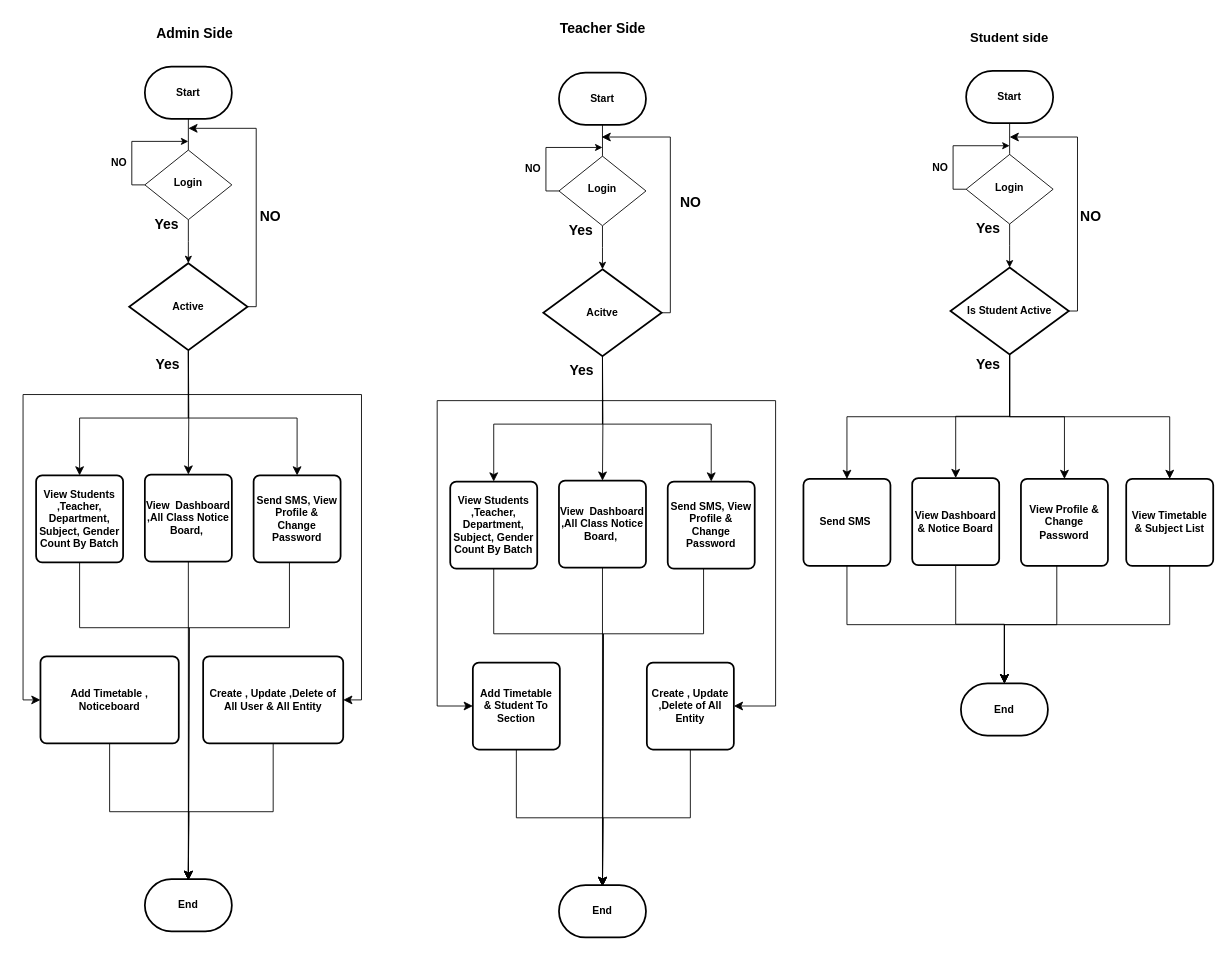
The draw.io diagram Untitled Diagram.drawio in KhunMaungNgwee/InternShipProject, before the edit. Source tidied: cells renumbered, new cells numbered last; positions are measured from the earlier drawing's top-left corner, leaving out a move shared by most shapes. Both pictures are drawn from the tidied source at 87%, with x=0, y=0 at pixel (23, 15).
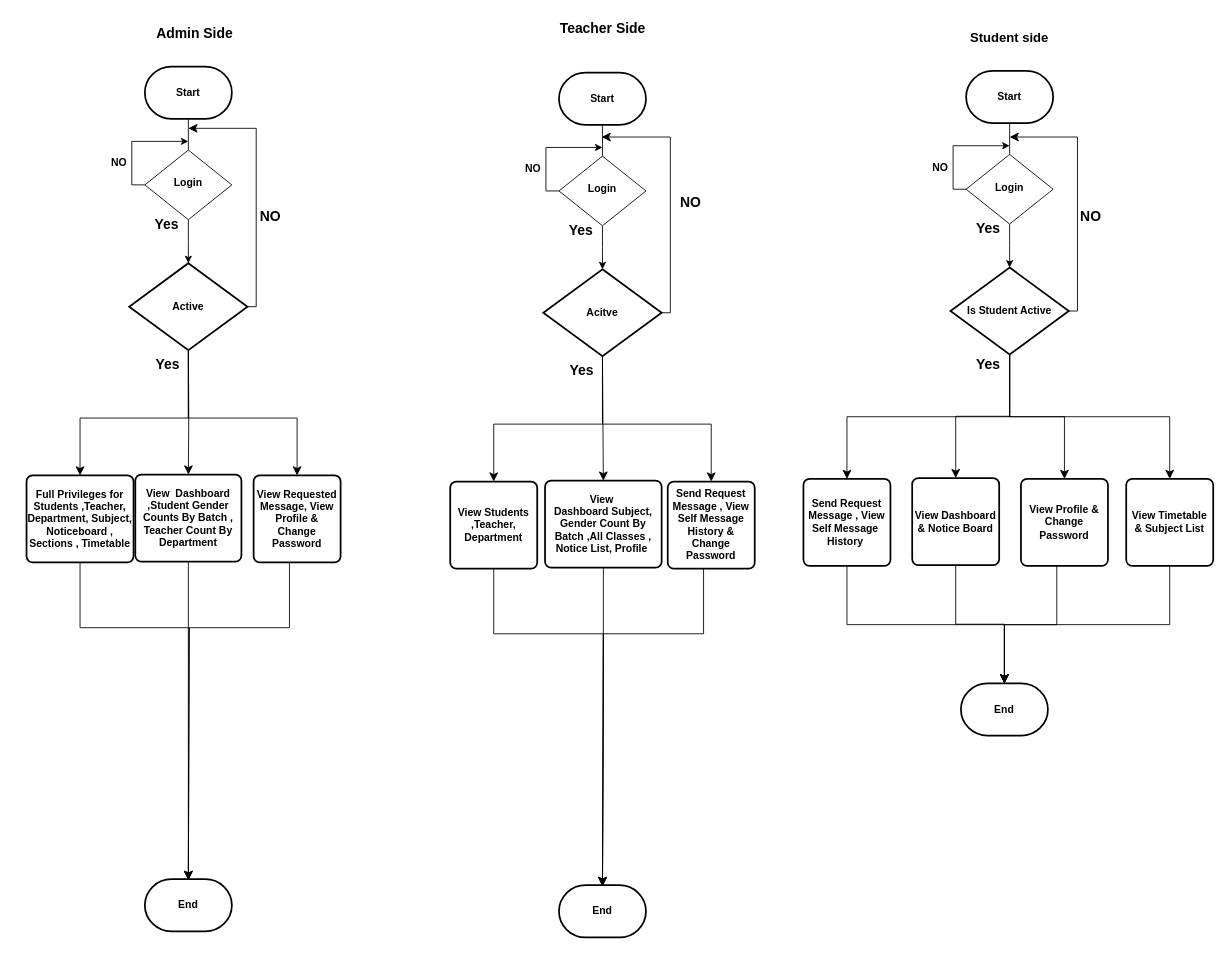
The same diagram, later.

Diff of the diagram source:
```diff
@@
-    <mxCell id="14" value="&lt;b&gt;Send SMS&amp;nbsp;&lt;/b&gt;" style="rounded=1;whiteSpace=wrap;html=1;absoluteArcSize=1;arcSize=14;strokeWidth=2;" parent="1" vertex="1">
+    <mxCell id="14" value="&lt;b&gt;Send Request Message , View Self Message&amp;nbsp; History&amp;nbsp;&lt;/b&gt;" style="rounded=1;whiteSpace=wrap;html=1;absoluteArcSize=1;arcSize=14;strokeWidth=2;" parent="1" vertex="1">
       <mxGeometry x="897" y="533" width="100" height="100" as="geometry" />
     </mxCell>
@@
-    <mxCell id="26" value="&lt;b&gt;View&amp;nbsp; Dashboard ,All Class Notice Board,&amp;nbsp;&lt;/b&gt;" style="rounded=1;whiteSpace=wrap;html=1;absoluteArcSize=1;arcSize=14;strokeWidth=2;" parent="1" vertex="1">
-      <mxGeometry x="616" y="535" width="100" height="100" as="geometry" />
+    <mxCell id="26" value="&lt;b&gt;View&amp;nbsp; Dashboard&amp;nbsp;&lt;/b&gt;&lt;b&gt;Subject, Gender Count By Batch&amp;nbsp;&lt;/b&gt;&lt;b&gt;,All Classes , Notice List, Profile&amp;nbsp;&lt;/b&gt;" style="rounded=1;whiteSpace=wrap;html=1;absoluteArcSize=1;arcSize=14;strokeWidth=2;" parent="1" vertex="1">
+      <mxGeometry x="600" y="535" width="134" height="100" as="geometry" />
     </mxCell>
@@
-    <mxCell id="37" value="&lt;b&gt;View Students ,Teacher, Department, Subject, Gender Count By Batch&lt;/b&gt;" style="rounded=1;whiteSpace=wrap;html=1;absoluteArcSize=1;arcSize=14;strokeWidth=2;" parent="1" vertex="1">
+    <mxCell id="37" value="&lt;b&gt;View Students ,Teacher, Department&lt;/b&gt;" style="rounded=1;whiteSpace=wrap;html=1;absoluteArcSize=1;arcSize=14;strokeWidth=2;" parent="1" vertex="1">
       <mxGeometry x="491" y="536" width="100" height="100" as="geometry" />
     </mxCell>
-    <mxCell id="38" value="&lt;div&gt;&lt;b&gt;Send SMS, View Profile &amp;amp;&lt;/b&gt;&lt;/div&gt;&lt;b&gt;Change Password&lt;/b&gt;" style="rounded=1;whiteSpace=wrap;html=1;absoluteArcSize=1;arcSize=14;strokeWidth=2;" parent="1" vertex="1">
+    <mxCell id="38" value="&lt;div&gt;&lt;b&gt;Send Request Message , View Self Message History &amp;amp;&lt;/b&gt;&lt;/div&gt;&lt;b&gt;Change Password&lt;/b&gt;" style="rounded=1;whiteSpace=wrap;html=1;absoluteArcSize=1;arcSize=14;strokeWidth=2;" parent="1" vertex="1">
       <mxGeometry x="741" y="536" width="100" height="100" as="geometry" />
     </mxCell>
-    <mxCell id="39" value="&lt;b&gt;Add Timetable&lt;/b&gt;&lt;div&gt;&lt;b&gt;&amp;amp; Student To Section&lt;/b&gt;&lt;/div&gt;" style="rounded=1;whiteSpace=wrap;html=1;absoluteArcSize=1;arcSize=14;strokeWidth=2;" parent="1" vertex="1">
-      <mxGeometry x="517" y="744" width="100" height="100" as="geometry" />
-    </mxCell>
-    <mxCell id="40" style="endArrow=classic;html=1;rounded=0;fontSize=12;startSize=8;endSize=8;entryX=0;entryY=0.5;entryDx=0;entryDy=0;exitX=0.5;exitY=1;exitDx=0;exitDy=0;exitPerimeter=0;edgeStyle=elbowEdgeStyle;" parent="1" edge="1" target="39">
-      <mxGeometry relative="1" as="geometry">
-        <mxPoint x="667" y="443" as="sourcePoint" />
-        <Array as="points">
-          <mxPoint x="476" y="651" />
-        </Array>
-      </mxGeometry>
-    </mxCell>
@@
-    <mxCell id="45" style="endArrow=classic;html=1;rounded=0;fontSize=12;startSize=8;endSize=8;entryX=0.5;entryY=0;entryDx=0;entryDy=0;entryPerimeter=0;exitX=0.5;exitY=1;exitDx=0;exitDy=0;edgeStyle=orthogonalEdgeStyle;" parent="1" edge="1" source="39">
-      <mxGeometry relative="1" as="geometry">
-        <mxPoint x="666" y="1001" as="targetPoint" />
-      </mxGeometry>
-    </mxCell>
@@
-    <mxCell id="48" value="&lt;b&gt;Create , Update ,Delete of All Entity&lt;/b&gt;" style="rounded=1;whiteSpace=wrap;html=1;absoluteArcSize=1;arcSize=14;strokeWidth=2;" parent="1" vertex="1">
-      <mxGeometry x="717" y="744" width="100" height="100" as="geometry" />
-    </mxCell>
-    <mxCell id="49" style="endArrow=classic;html=1;rounded=0;fontSize=12;startSize=8;endSize=8;entryX=0.5;entryY=0;entryDx=0;entryDy=0;entryPerimeter=0;exitX=0.5;exitY=1;exitDx=0;exitDy=0;edgeStyle=orthogonalEdgeStyle;" parent="1" edge="1" source="48">
-      <mxGeometry relative="1" as="geometry">
-        <mxPoint x="666" y="1001" as="targetPoint" />
-      </mxGeometry>
-    </mxCell>
-    <mxCell id="50" style="endArrow=classic;html=1;rounded=0;fontSize=12;startSize=8;endSize=8;entryX=1;entryY=0.5;entryDx=0;entryDy=0;exitX=0.5;exitY=1;exitDx=0;exitDy=0;exitPerimeter=0;edgeStyle=elbowEdgeStyle;" parent="1" edge="1" target="48">
-      <mxGeometry relative="1" as="geometry">
-        <mxPoint x="666" y="443" as="sourcePoint" />
-        <Array as="points">
-          <mxPoint x="865" y="671" />
-        </Array>
-      </mxGeometry>
-    </mxCell>
@@
-    <mxCell id="52" value="&lt;b&gt;View&amp;nbsp; Dashboard ,All Class Notice Board,&amp;nbsp;&lt;/b&gt;" style="rounded=1;whiteSpace=wrap;html=1;absoluteArcSize=1;arcSize=14;strokeWidth=2;" parent="1" vertex="1">
-      <mxGeometry x="140" y="528" width="100" height="100" as="geometry" />
+    <mxCell id="52" value="&lt;b&gt;View&amp;nbsp; Dashboard ,Student Gender Counts By Batch , Teacher Count By Department&lt;/b&gt;" style="rounded=1;whiteSpace=wrap;html=1;absoluteArcSize=1;arcSize=14;strokeWidth=2;" parent="1" vertex="1">
+      <mxGeometry x="129" y="528" width="122" height="100" as="geometry" />
     </mxCell>
@@
-    <mxCell id="63" value="&lt;b&gt;View Students ,Teacher, Department, Subject, Gender Count By Batch&lt;/b&gt;" style="rounded=1;whiteSpace=wrap;html=1;absoluteArcSize=1;arcSize=14;strokeWidth=2;" parent="1" vertex="1">
-      <mxGeometry x="15" y="529" width="100" height="100" as="geometry" />
+    <mxCell id="63" value="&lt;b&gt;Full Privileges for Students ,Teacher, Department, Subject, Noticeboard , Sections , Timetable&lt;/b&gt;" style="rounded=1;whiteSpace=wrap;html=1;absoluteArcSize=1;arcSize=14;strokeWidth=2;" parent="1" vertex="1">
+      <mxGeometry x="4" y="529" width="123" height="100" as="geometry" />
     </mxCell>
-    <mxCell id="64" value="&lt;div&gt;&lt;b&gt;Send SMS, View Profile &amp;amp;&lt;/b&gt;&lt;/div&gt;&lt;b&gt;Change Password&lt;/b&gt;" style="rounded=1;whiteSpace=wrap;html=1;absoluteArcSize=1;arcSize=14;strokeWidth=2;" parent="1" vertex="1">
+    <mxCell id="64" value="&lt;div&gt;&lt;b&gt;View Requested Message, View Profile &amp;amp;&lt;/b&gt;&lt;/div&gt;&lt;b&gt;Change Password&lt;/b&gt;" style="rounded=1;whiteSpace=wrap;html=1;absoluteArcSize=1;arcSize=14;strokeWidth=2;" parent="1" vertex="1">
       <mxGeometry x="265" y="529" width="100" height="100" as="geometry" />
     </mxCell>
-    <mxCell id="65" value="&lt;b&gt;Add Timetable&lt;/b&gt;&lt;b style=&quot;background-color: initial;&quot;&gt;&amp;nbsp;, Noticeboard&lt;/b&gt;" style="rounded=1;whiteSpace=wrap;html=1;absoluteArcSize=1;arcSize=14;strokeWidth=2;" parent="1" vertex="1">
-      <mxGeometry x="20" y="737" width="159" height="100" as="geometry" />
-    </mxCell>
-    <mxCell id="66" style="endArrow=classic;html=1;rounded=0;fontSize=12;startSize=8;endSize=8;entryX=0;entryY=0.5;entryDx=0;entryDy=0;exitX=0.5;exitY=1;exitDx=0;exitDy=0;exitPerimeter=0;edgeStyle=elbowEdgeStyle;" parent="1" edge="1" target="65">
-      <mxGeometry relative="1" as="geometry">
-        <mxPoint x="191" y="436" as="sourcePoint" />
-        <Array as="points">
-          <mxPoint y="644" />
-        </Array>
-      </mxGeometry>
-    </mxCell>
@@
-    <mxCell id="71" style="endArrow=classic;html=1;rounded=0;fontSize=12;startSize=8;endSize=8;entryX=0.5;entryY=0;entryDx=0;entryDy=0;entryPerimeter=0;exitX=0.5;exitY=1;exitDx=0;exitDy=0;edgeStyle=orthogonalEdgeStyle;" parent="1" edge="1" source="65">
-      <mxGeometry relative="1" as="geometry">
-        <mxPoint x="190" y="994" as="targetPoint" />
-      </mxGeometry>
-    </mxCell>
@@
-    <mxCell id="74" value="&lt;b&gt;Create , Update ,Delete of All User &amp;amp; All Entity&lt;/b&gt;" style="rounded=1;whiteSpace=wrap;html=1;absoluteArcSize=1;arcSize=14;strokeWidth=2;" parent="1" vertex="1">
-      <mxGeometry x="207" y="737" width="161" height="100" as="geometry" />
-    </mxCell>
-    <mxCell id="75" style="endArrow=classic;html=1;rounded=0;fontSize=12;startSize=8;endSize=8;entryX=0.5;entryY=0;entryDx=0;entryDy=0;entryPerimeter=0;exitX=0.5;exitY=1;exitDx=0;exitDy=0;edgeStyle=orthogonalEdgeStyle;" parent="1" edge="1" source="74">
-      <mxGeometry relative="1" as="geometry">
-        <mxPoint x="190" y="994" as="targetPoint" />
-      </mxGeometry>
-    </mxCell>
-    <mxCell id="76" style="endArrow=classic;html=1;rounded=0;fontSize=12;startSize=8;endSize=8;entryX=1;entryY=0.5;entryDx=0;entryDy=0;exitX=0.5;exitY=1;exitDx=0;exitDy=0;exitPerimeter=0;edgeStyle=elbowEdgeStyle;" parent="1" edge="1" target="74">
-      <mxGeometry relative="1" as="geometry">
-        <mxPoint x="190" y="436" as="sourcePoint" />
-        <Array as="points">
-          <mxPoint x="389" y="664" />
-        </Array>
-      </mxGeometry>
-    </mxCell>
```
